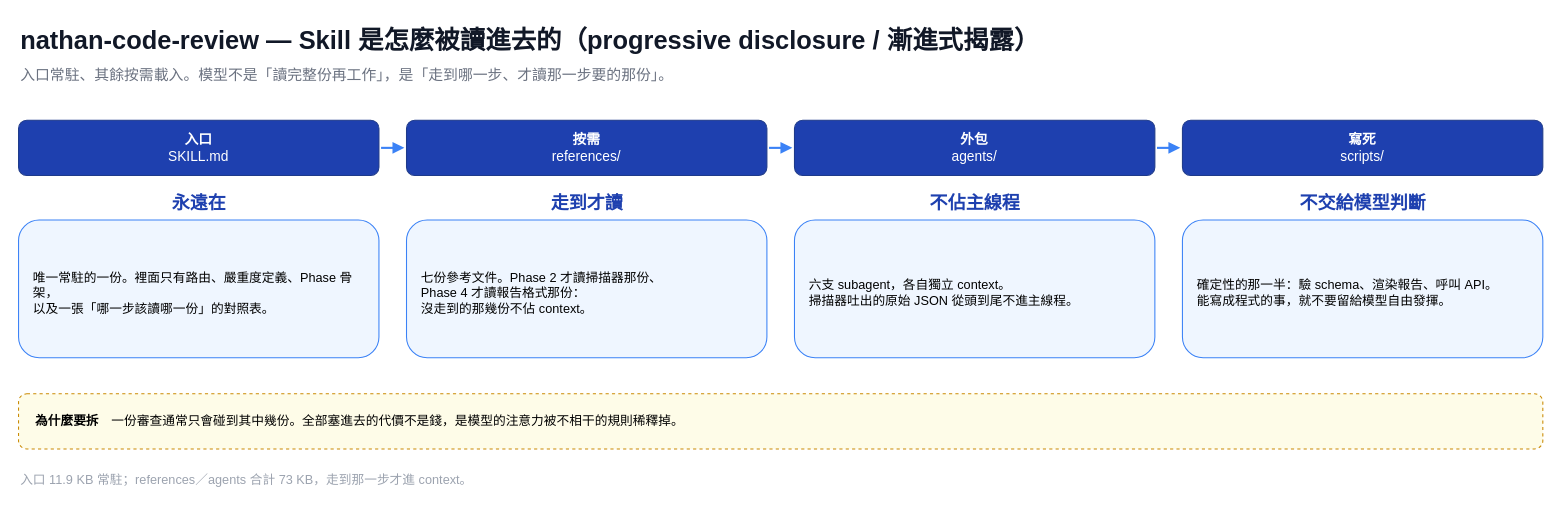
nathanfhh/30-days-ironman keeps this draw.io diagram as page "Skill 架構（一頁版）" (2 of 2) of docs/skill-architecture.drawio. Above is the earlier version. Source tidied: cells renumbered, new cells numbered last; positions are measured from the earlier drawing's top-left corner, leaving out a move shared by most shapes. Both pictures are drawn from the tidied source at 106%, with x=0, y=0 at pixel (18, 18).
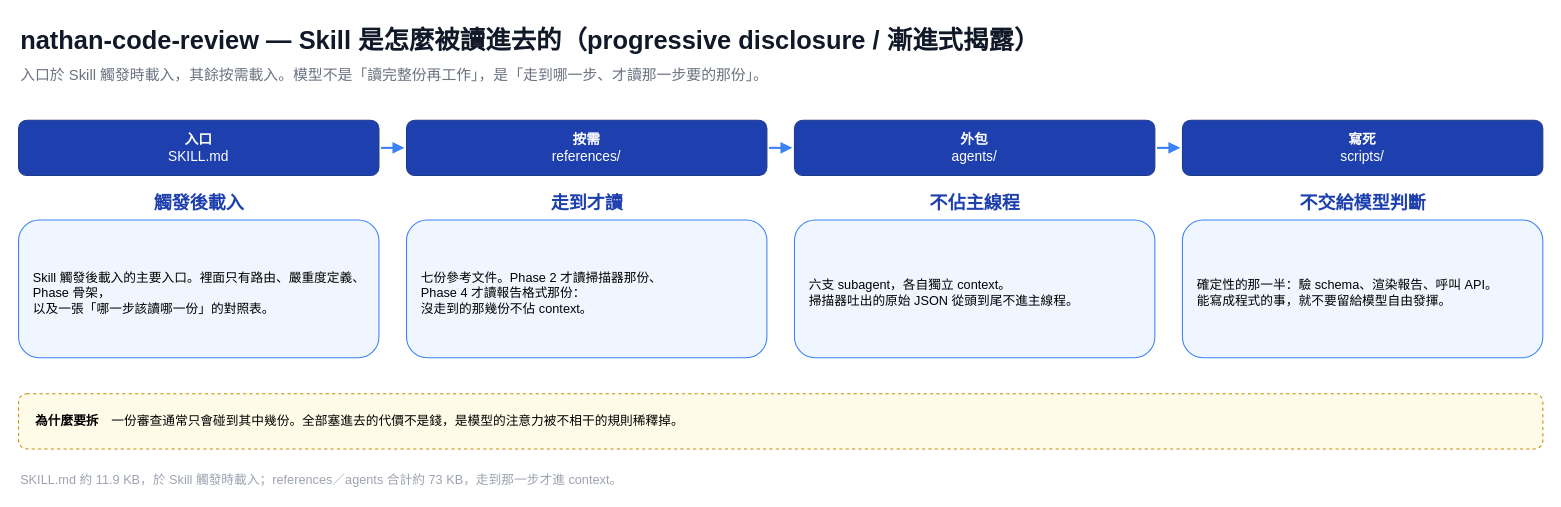
The same page after the edit.

Commit message (it also covers changes not shown here):
docs: skill 架構圖的 SKILL.md 標註改成「觸發時載入」，不再寫「常駐」

Claude-Session: https://claude.ai/code/session_01Ev6521ubW8HQrEx9pL2iHN

Change to the diagram source:
```diff
@@
-    <mxCell id="3" value="入口常駐、其餘按需載入。模型不是「讀完整份再工作」，是「走到哪一步、才讀那一步要的那份」。" style="text;html=1;fontSize=14;align=left;fontColor=#6b7280;" parent="1" vertex="1">
+    <mxCell id="3" value="入口於 Skill 觸發時載入，其餘按需載入。模型不是「讀完整份再工作」，是「走到哪一步、才讀那一步要的那份」。" style="text;html=1;fontSize=14;align=left;fontColor=#6b7280;" parent="1" vertex="1">
       <mxGeometry y="38" width="1410" height="24" as="geometry" />
     </mxCell>
@@
-    <mxCell id="5" value="&lt;b&gt;永遠在&lt;/b&gt;" style="text;html=1;fontSize=17;fontStyle=1;align=center;fontColor=#1e40af;" parent="1" vertex="1">
+    <mxCell id="5" value="&lt;b&gt;觸發後載入&lt;/b&gt;" style="text;html=1;fontSize=17;fontStyle=1;align=center;fontColor=#1e40af;" parent="1" vertex="1">
       <mxGeometry y="158" width="340" height="26" as="geometry" />
     </mxCell>
-    <mxCell id="6" value="唯一常駐的一份。裡面只有路由、嚴重度定義、Phase 骨架，&lt;br&gt;以及一張「哪一步該讀哪一份」的對照表。" style="rounded=1;whiteSpace=wrap;html=1;fillColor=#eff6ff;strokeColor=#3b82f6;fontSize=12;align=left;spacingLeft=12;spacingRight=10;verticalAlign=middle;spacingTop=8;" parent="1" vertex="1">
+    <mxCell id="6" value="Skill 觸發後載入的主要入口。裡面只有路由、嚴重度定義、Phase 骨架，&lt;br&gt;以及一張「哪一步該讀哪一份」的對照表。" style="rounded=1;whiteSpace=wrap;html=1;fillColor=#eff6ff;strokeColor=#3b82f6;fontSize=12;align=left;spacingLeft=12;spacingRight=10;verticalAlign=middle;spacingTop=8;" parent="1" vertex="1">
       <mxGeometry y="190" width="340" height="130" as="geometry" />
     </mxCell>
@@
-    <mxCell id="20" value="入口 11.9 KB 常駐；references／agents 合計 73 KB，走到那一步才進 context。" style="text;html=1;fontSize=12;align=left;fontColor=#9ca3af;" parent="1" vertex="1">
+    <mxCell id="20" value="SKILL.md 約 11.9 KB，於 Skill 觸發時載入；references／agents 合計約 73 KB，走到那一步才進 context。" style="text;html=1;fontSize=12;align=left;fontColor=#9ca3af;" parent="1" vertex="1">
       <mxGeometry y="422" width="1438" height="22" as="geometry" />
     </mxCell>
```
